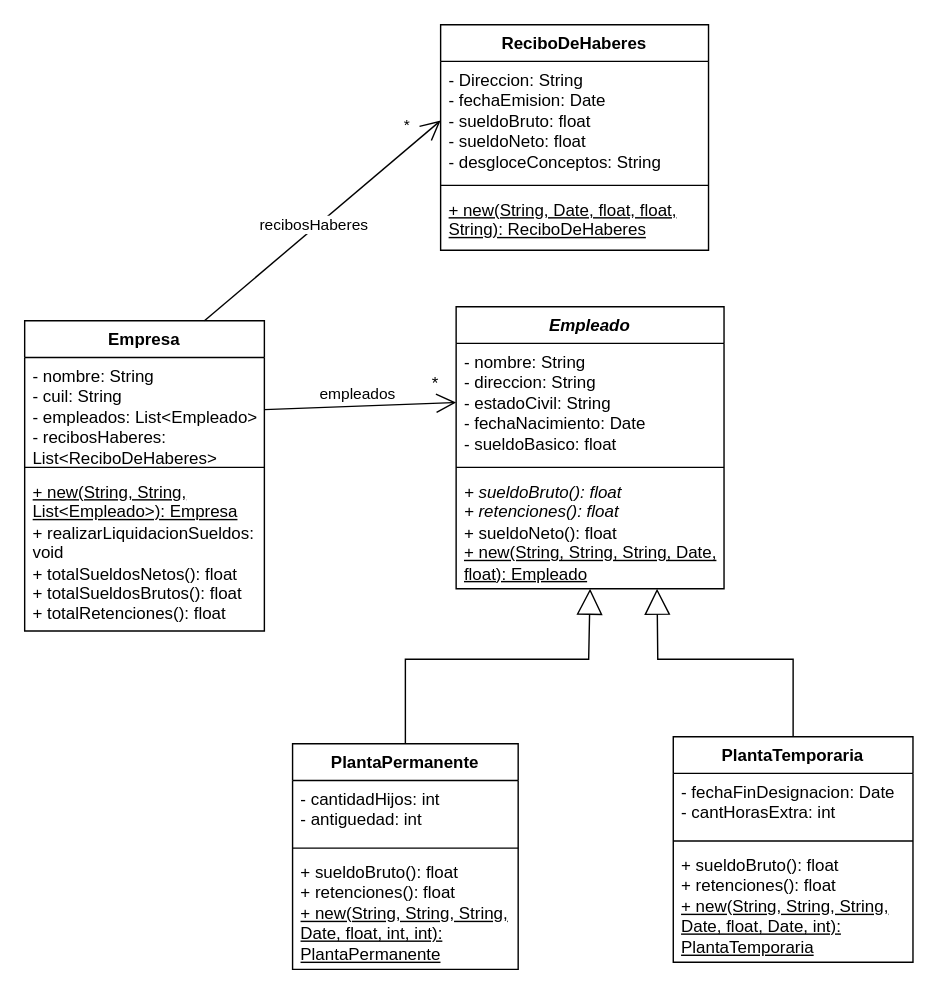
The draw.io diagram tp2-UML/uml-ejercicio-1.drawio in franngo/programacionConObjetosII2025S2, before the edit. Source tidied: cells renumbered, new cells numbered last; positions are measured from the earlier drawing's top-left corner, leaving out a move shared by most shapes. Both pictures are drawn from the tidied source at 141%, with x=0, y=0 at pixel (24, 24).
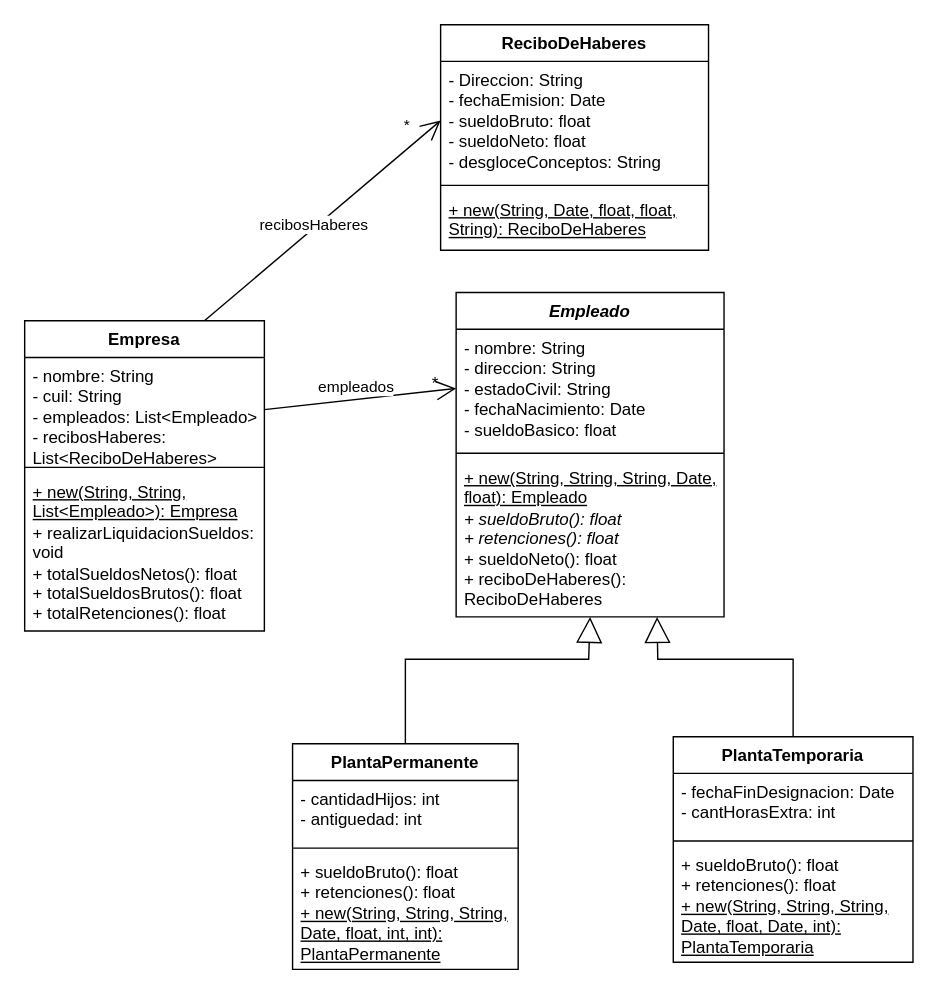
The same diagram, later.

Change to the diagram source:
```diff
@@
     <mxCell id="6" value="&lt;div&gt;&lt;i&gt;Empleado&lt;/i&gt;&lt;/div&gt;" style="swimlane;fontStyle=1;align=center;verticalAlign=top;horizontal=1;startSize=26;whiteSpace=wrap;html=1;" parent="1" vertex="1">
-      <mxGeometry x="306" y="200" width="190" height="200" as="geometry" />
+      <mxGeometry x="306" y="190" width="190" height="230" as="geometry" />
     </mxCell>
@@
-    <mxCell id="9" value="&lt;i&gt;+ sueldoBruto(): float&lt;br&gt;+ retenciones(): float&lt;/i&gt;&lt;br&gt;+ sueldoNeto(): float&lt;br&gt;&lt;u&gt;+ new(String, String, String, Date, float): Empleado&lt;/u&gt;" style="text;strokeColor=none;fillColor=none;align=left;verticalAlign=top;spacingLeft=4;spacingRight=4;overflow=hidden;whiteSpace=wrap;html=1;" parent="6" vertex="1">
-      <mxGeometry y="118" width="190" height="82" as="geometry" />
+    <mxCell id="9" value="&lt;u&gt;+ new(String, String, String, Date, float): Empleado&lt;/u&gt;&lt;br&gt;&lt;i&gt;+ sueldoBruto(): float&lt;br&gt;+ retenciones(): float&lt;/i&gt;&lt;br&gt;+ sueldoNeto(): float&lt;br&gt;+ reciboDeHaberes(): ReciboDeHaberes&lt;div&gt;&lt;br/&gt;&lt;/div&gt;" style="text;strokeColor=none;fillColor=none;align=left;verticalAlign=top;spacingLeft=4;spacingRight=4;overflow=hidden;whiteSpace=wrap;html=1;" parent="6" vertex="1">
+      <mxGeometry y="118" width="190" height="112" as="geometry" />
     </mxCell>
```
